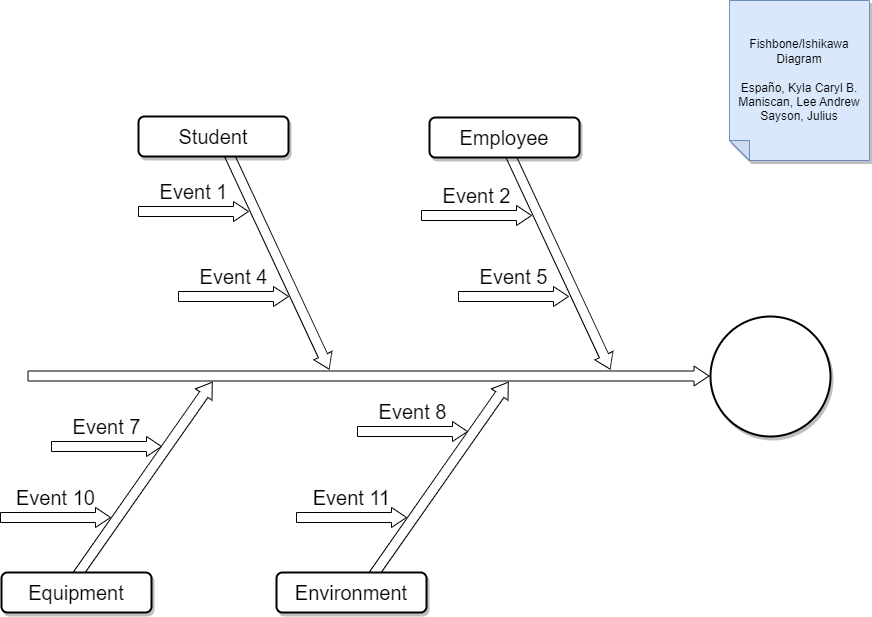
The draw.io diagram Fishbone Diagram.drawio.png in kaisunoo/Acads, before a commit. Source tidied: cells renumbered, new cells last; positions are measured from the earlier drawing's top-left corner, leaving out a move shared by most shapes.
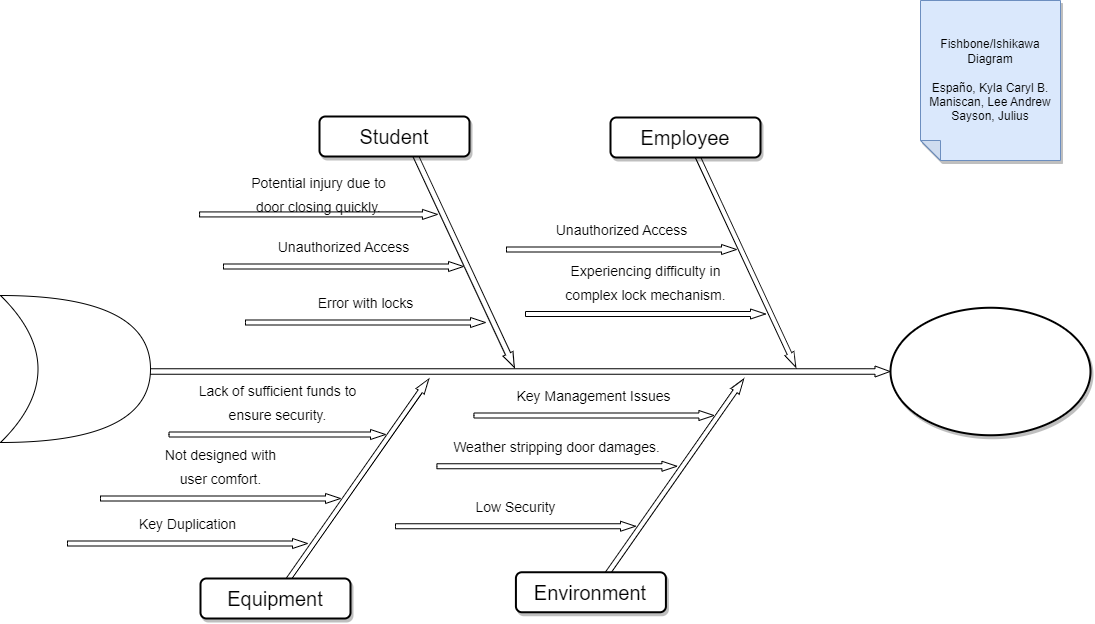
After the commit.

What changed in the source:
```diff
@@ -2,20 +2,20 @@
   <root>
     <mxCell id="0" style="html=1;" />
     <mxCell id="1" style="html=1;" parent="0" />
-    <mxCell id="2" style="html=1;shadow=0;dashed=0;align=center;verticalAlign=middle;shape=mxgraph.arrows2.arrow;dy=0.5;dx=15;direction=north;notch=0;rounded=0;strokeWidth=1;fontSize=20;rotation=35;" parent="1" vertex="1">
-      <mxGeometry x="132" y="360" width="20" height="240" as="geometry" />
-    </mxCell>
+    <mxCell id="21" style="html=1;shadow=0;dashed=0;align=center;verticalAlign=middle;shape=mxgraph.arrows2.arrow;dy=0.5;dx=15;direction=north;notch=0;rounded=0;strokeWidth=1;fontSize=20;rotation=35;" parent="1" vertex="1">
+      <mxGeometry x="170.2" y="356.1" width="10" height="247.8" as="geometry" />
+    </mxCell>
     <mxCell id="3" style="html=1;shadow=0;dashed=0;align=center;verticalAlign=middle;shape=mxgraph.arrows2.arrow;dy=0.5;dx=15;direction=north;notch=0;rounded=0;strokeWidth=1;fontSize=20;rotation=35;" parent="1" vertex="1">
-      <mxGeometry x="428" y="360" width="20" height="240" as="geometry" />
+      <mxGeometry x="487.3" y="356.9" width="10" height="240" as="geometry" />
     </mxCell>
     <mxCell id="4" style="html=1;shadow=0;dashed=0;align=center;verticalAlign=middle;shape=mxgraph.arrows2.arrow;dy=0.5;dx=15;direction=north;notch=0;rounded=0;strokeWidth=1;fontSize=20;rotation=90;" parent="1" vertex="1">
-      <mxGeometry x="357" y="35" width="20" height="681" as="geometry" />
+      <mxGeometry x="331.5" y="0.5" width="11" height="741" as="geometry" />
     </mxCell>
     <mxCell id="5" style="html=1;shadow=0;dashed=0;align=center;verticalAlign=middle;shape=mxgraph.arrows2.arrow;dy=0.5;dx=15;direction=north;notch=0;rounded=0;strokeWidth=1;fontSize=20;rotation=155;" parent="1" vertex="1">
-      <mxGeometry x="267" y="140" width="20" height="240" as="geometry" />
+      <mxGeometry x="275.6" y="138.1" width="11" height="240" as="geometry" />
     </mxCell>
     <mxCell id="6" style="html=1;shadow=0;dashed=0;align=center;verticalAlign=middle;shape=mxgraph.arrows2.arrow;dy=0.5;dx=15;direction=north;notch=0;rounded=0;strokeWidth=1;fontSize=20;rotation=155;" parent="1" vertex="1">
-      <mxGeometry x="548" y="140" width="20" height="240" as="geometry" />
+      <mxGeometry x="557.5" y="137.9" width="10" height="240" as="geometry" />
     </mxCell>
     <mxCell id="7" value="Student" style="rounded=1;whiteSpace=wrap;html=1;shadow=1;strokeWidth=2;fontSize=20;" parent="1" vertex="1">
       <mxGeometry x="137" y="116" width="150" height="40" as="geometry" />
@@ -24,40 +24,52 @@
       <mxGeometry x="428" y="117" width="150" height="40" as="geometry" />
     </mxCell>
     <mxCell id="9" value="Equipment" style="rounded=1;whiteSpace=wrap;html=1;shadow=1;strokeWidth=2;fontSize=20;" parent="1" vertex="1">
-      <mxGeometry y="572" width="150" height="40" as="geometry" />
+      <mxGeometry x="18" y="578" width="150" height="40" as="geometry" />
     </mxCell>
     <mxCell id="10" value="Environment" style="rounded=1;whiteSpace=wrap;html=1;shadow=1;strokeWidth=2;fontSize=20;" parent="1" vertex="1">
-      <mxGeometry x="275" y="572" width="150" height="40" as="geometry" />
+      <mxGeometry x="333.4" y="571.8" width="150" height="40" as="geometry" />
     </mxCell>
     <mxCell id="11" style="ellipse;whiteSpace=wrap;html=1;rounded=1;shadow=1;strokeWidth=2;fontSize=20;" parent="1" vertex="1">
-      <mxGeometry x="709" y="316" width="120" height="120" as="geometry" />
+      <mxGeometry x="708" y="307.2" width="200" height="127.5" as="geometry" />
     </mxCell>
-    <mxCell id="12" value="Event 1" style="html=1;shadow=0;dashed=0;align=center;verticalAlign=middle;shape=mxgraph.arrows2.arrow;dy=0.5;dx=15;direction=north;notch=0;rounded=0;strokeWidth=1;fontSize=20;rotation=90;horizontal=0;labelPosition=left;verticalLabelPosition=middle;" parent="1" vertex="1">
-      <mxGeometry x="182" y="156" width="20" height="110" as="geometry" />
+    <mxCell id="12" value="&lt;font style=&quot;font-size: 14px;&quot;&gt;Unauthorized Access&lt;br&gt;&lt;br&gt;&lt;/font&gt;" style="html=1;shadow=0;dashed=0;align=center;verticalAlign=middle;shape=mxgraph.arrows2.arrow;dy=0.5;dx=15;direction=north;notch=0;rounded=0;strokeWidth=1;fontSize=20;rotation=90;horizontal=0;labelPosition=left;verticalLabelPosition=middle;" parent="1" vertex="1">
+      <mxGeometry x="156" y="146" width="10" height="240" as="geometry" />
     </mxCell>
-    <mxCell id="13" value="Event 2" style="html=1;shadow=0;dashed=0;align=center;verticalAlign=middle;shape=mxgraph.arrows2.arrow;dy=0.5;dx=15;direction=north;notch=0;rounded=0;strokeWidth=1;fontSize=20;rotation=90;horizontal=0;labelPosition=left;verticalLabelPosition=middle;" parent="1" vertex="1">
-      <mxGeometry x="465" y="160" width="20" height="110" as="geometry" />
+    <mxCell id="13" value="&lt;font style=&quot;font-size: 14px;&quot;&gt;Unauthorized Access&lt;br&gt;&lt;br&gt;&lt;/font&gt;" style="html=1;shadow=0;dashed=0;align=center;verticalAlign=middle;shape=mxgraph.arrows2.arrow;dy=0.5;dx=15;direction=north;notch=0;rounded=0;strokeWidth=1;fontSize=20;rotation=90;horizontal=0;labelPosition=left;verticalLabelPosition=middle;" parent="1" vertex="1">
+      <mxGeometry x="434" y="134" width="10" height="230" as="geometry" />
     </mxCell>
-    <mxCell id="14" value="Event 10" style="html=1;shadow=0;dashed=0;align=center;verticalAlign=middle;shape=mxgraph.arrows2.arrow;dy=0.5;dx=15;direction=north;notch=0;rounded=0;strokeWidth=1;fontSize=20;rotation=90;horizontal=0;labelPosition=left;verticalLabelPosition=middle;" parent="1" vertex="1">
-      <mxGeometry x="44" y="462" width="20" height="110" as="geometry" />
+    <mxCell id="14" value="&lt;font style=&quot;font-size: 14px;&quot;&gt;Not designed with &lt;br&gt;user comfort.&lt;br&gt;&lt;br&gt;&lt;br&gt;&lt;/font&gt;" style="html=1;shadow=0;dashed=0;align=center;verticalAlign=middle;shape=mxgraph.arrows2.arrow;dy=0.5;dx=15;direction=north;notch=0;rounded=0;strokeWidth=1;fontSize=20;rotation=90;horizontal=0;labelPosition=left;verticalLabelPosition=middle;" parent="1" vertex="1">
+      <mxGeometry x="33" y="378" width="10" height="240" as="geometry" />
     </mxCell>
-    <mxCell id="15" value="Event 11" style="html=1;shadow=0;dashed=0;align=center;verticalAlign=middle;shape=mxgraph.arrows2.arrow;dy=0.5;dx=15;direction=north;notch=0;rounded=0;strokeWidth=1;fontSize=20;rotation=90;horizontal=0;labelPosition=left;verticalLabelPosition=middle;" parent="1" vertex="1">
-      <mxGeometry x="340" y="462" width="20" height="110" as="geometry" />
+    <mxCell id="15" value="&lt;span style=&quot;font-size: 14px;&quot;&gt;Weather stripping door damages.&lt;br&gt;&lt;br&gt;&lt;/span&gt;" style="html=1;shadow=0;dashed=0;align=center;verticalAlign=middle;shape=mxgraph.arrows2.arrow;dy=0.5;dx=15;direction=north;notch=0;rounded=0;strokeWidth=1;fontSize=20;rotation=90;horizontal=0;labelPosition=left;verticalLabelPosition=middle;" parent="1" vertex="1">
+      <mxGeometry x="369.4" y="345.8" width="10" height="240" as="geometry" />
     </mxCell>
-    <mxCell id="16" value="Event 4" style="html=1;shadow=0;dashed=0;align=center;verticalAlign=middle;shape=mxgraph.arrows2.arrow;dy=0.5;dx=15;direction=north;notch=0;rounded=0;strokeWidth=1;fontSize=20;rotation=90;horizontal=0;labelPosition=left;verticalLabelPosition=middle;" parent="1" vertex="1">
-      <mxGeometry x="222" y="241" width="20" height="110" as="geometry" />
+    <mxCell id="16" value="&lt;font style=&quot;font-size: 14px;&quot;&gt;Error with locks&lt;br&gt;&lt;br&gt;&lt;/font&gt;" style="html=1;shadow=0;dashed=0;align=center;verticalAlign=middle;shape=mxgraph.arrows2.arrow;dy=0.5;dx=15;direction=north;notch=0;rounded=0;strokeWidth=1;fontSize=20;rotation=90;horizontal=0;labelPosition=left;verticalLabelPosition=middle;" parent="1" vertex="1">
+      <mxGeometry x="178" y="202" width="10" height="240" as="geometry" />
     </mxCell>
-    <mxCell id="17" value="Event 5" style="html=1;shadow=0;dashed=0;align=center;verticalAlign=middle;shape=mxgraph.arrows2.arrow;dy=0.5;dx=15;direction=north;notch=0;rounded=0;strokeWidth=1;fontSize=20;rotation=90;horizontal=0;labelPosition=left;verticalLabelPosition=middle;" parent="1" vertex="1">
-      <mxGeometry x="502" y="241" width="20" height="110" as="geometry" />
+    <mxCell id="17" value="&lt;font style=&quot;font-size: 14px;&quot;&gt;Experiencing difficulty in &lt;br&gt;complex lock mechanism.&lt;br&gt;&lt;br&gt;&lt;br&gt;&lt;/font&gt;" style="html=1;shadow=0;dashed=0;align=center;verticalAlign=middle;shape=mxgraph.arrows2.arrow;dy=0.5;dx=15;direction=north;notch=0;rounded=0;strokeWidth=1;fontSize=20;rotation=90;horizontal=0;labelPosition=left;verticalLabelPosition=middle;" parent="1" vertex="1">
+      <mxGeometry x="458" y="193.5" width="10" height="240" as="geometry" />
     </mxCell>
-    <mxCell id="18" value="Event 7" style="html=1;shadow=0;dashed=0;align=center;verticalAlign=middle;shape=mxgraph.arrows2.arrow;dy=0.5;dx=15;direction=north;notch=0;rounded=0;strokeWidth=1;fontSize=20;rotation=90;horizontal=0;labelPosition=left;verticalLabelPosition=middle;" parent="1" vertex="1">
-      <mxGeometry x="95" y="391" width="20" height="110" as="geometry" />
+    <mxCell id="18" value="&lt;font style=&quot;font-size: 14px;&quot;&gt;Lack of sufficient funds to &lt;br&gt;ensure security.&lt;br&gt;&lt;br&gt;&lt;br&gt;&lt;/font&gt;" style="html=1;shadow=0;dashed=0;align=center;verticalAlign=middle;shape=mxgraph.arrows2.arrow;dy=0.5;dx=15;direction=north;notch=0;rounded=0;strokeWidth=1;fontSize=20;rotation=90;horizontal=0;labelPosition=left;verticalLabelPosition=middle;" parent="1" vertex="1">
+      <mxGeometry x="89.8" y="325.8" width="10" height="216.5" as="geometry" />
     </mxCell>
-    <mxCell id="19" value="Event 8" style="html=1;shadow=0;dashed=0;align=center;verticalAlign=middle;shape=mxgraph.arrows2.arrow;dy=0.5;dx=15;direction=north;notch=0;rounded=0;strokeWidth=1;fontSize=20;rotation=90;horizontal=0;labelPosition=left;verticalLabelPosition=middle;" parent="1" vertex="1">
-      <mxGeometry x="401" y="376" width="20" height="110" as="geometry" />
+    <mxCell id="19" value="&lt;font style=&quot;font-size: 14px;&quot;&gt;Key Management Issues&lt;br&gt;&lt;br&gt;&lt;/font&gt;" style="html=1;shadow=0;dashed=0;align=center;verticalAlign=middle;shape=mxgraph.arrows2.arrow;dy=0.5;dx=15;direction=north;notch=0;rounded=0;strokeWidth=1;fontSize=20;rotation=90;horizontal=0;labelPosition=left;verticalLabelPosition=middle;" parent="1" vertex="1">
+      <mxGeometry x="406.4" y="295" width="10" height="240" as="geometry" />
     </mxCell>
     <mxCell id="20" value="Fishbone/Ishikawa Diagram&lt;br&gt;&lt;br&gt;Españo, Kyla Caryl B.&lt;br&gt;Maniscan, Lee Andrew&lt;br&gt;Sayson, Julius" style="shape=note;whiteSpace=wrap;html=1;backgroundOutline=1;darkOpacity=0.05;fillColor=#dae8fc;strokeColor=#6c8ebf;fillStyle=solid;direction=west;gradientDirection=north;shadow=1;size=20;" parent="1" vertex="1">
-      <mxGeometry x="728" width="140" height="160" as="geometry" />
+      <mxGeometry x="738" width="140" height="160" as="geometry" />
     </mxCell>
+    <mxCell id="22" value="&lt;font style=&quot;font-size: 14px;&quot;&gt;Potential injury due to &lt;br&gt;door closing quickly.&lt;br&gt;&lt;br&gt;&lt;/font&gt;" style="html=1;shadow=0;dashed=0;align=center;verticalAlign=middle;shape=mxgraph.arrows2.arrow;dy=0.5;dx=15;direction=north;notch=0;rounded=0;strokeWidth=1;fontSize=20;rotation=90;horizontal=0;labelPosition=left;verticalLabelPosition=middle;" parent="1" vertex="1">
+      <mxGeometry x="131" y="95" width="10" height="237.9" as="geometry" />
+    </mxCell>
+    <mxCell id="23" value="&lt;font style=&quot;font-size: 14px;&quot;&gt;Low Security&lt;br&gt;&lt;br&gt;&lt;/font&gt;" style="html=1;shadow=0;dashed=0;align=center;verticalAlign=middle;shape=mxgraph.arrows2.arrow;dy=0.5;dx=15;direction=north;notch=0;rounded=0;strokeWidth=1;fontSize=20;rotation=90;horizontal=0;labelPosition=left;verticalLabelPosition=middle;" parent="1" vertex="1">
+      <mxGeometry x="328" y="405.8" width="10" height="240" as="geometry" />
+    </mxCell>
+    <mxCell id="24" value="&lt;span style=&quot;font-size: 14px;&quot;&gt;Key Duplication&lt;br&gt;&lt;br&gt;&lt;/span&gt;" style="html=1;shadow=0;dashed=0;align=center;verticalAlign=middle;shape=mxgraph.arrows2.arrow;dy=0.5;dx=15;direction=north;notch=0;rounded=0;strokeWidth=1;fontSize=20;rotation=90;horizontal=0;labelPosition=left;verticalLabelPosition=middle;" parent="1" vertex="1">
+      <mxGeometry y="423" width="10" height="240" as="geometry" />
+    </mxCell>
+    <mxCell id="25" style="shape=xor;whiteSpace=wrap;html=1;" parent="1" vertex="1">
+      <mxGeometry x="-182" y="295" width="150" height="147" as="geometry" />
+    </mxCell>
   </root>
 </mxGraphModel>
```
